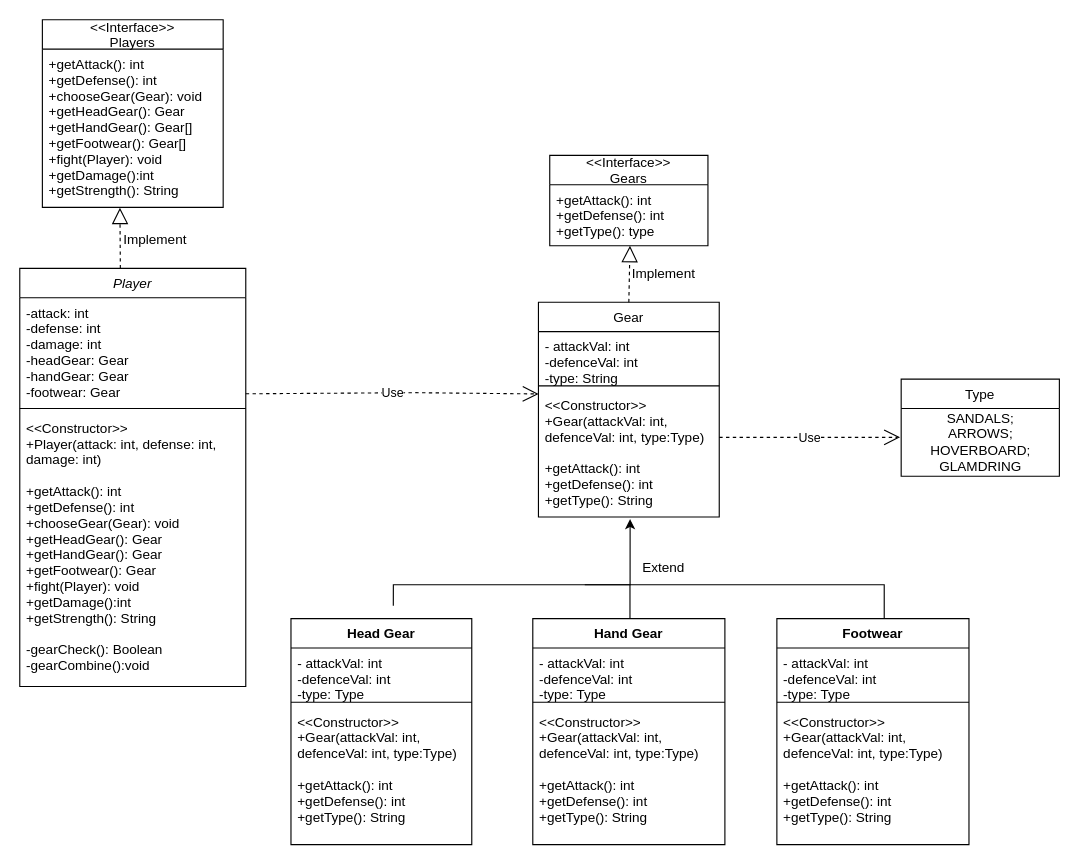
Above: Untitled Diagram.drawio in zj-yan/Luc (draw.io), before the change. Source tidied: cells renumbered, new cells numbered last; positions are measured from the earlier drawing's top-left corner, leaving out a move shared by most shapes. Both pictures are drawn from the tidied source at 113%, with x=0, y=0 at pixel (19, 19).
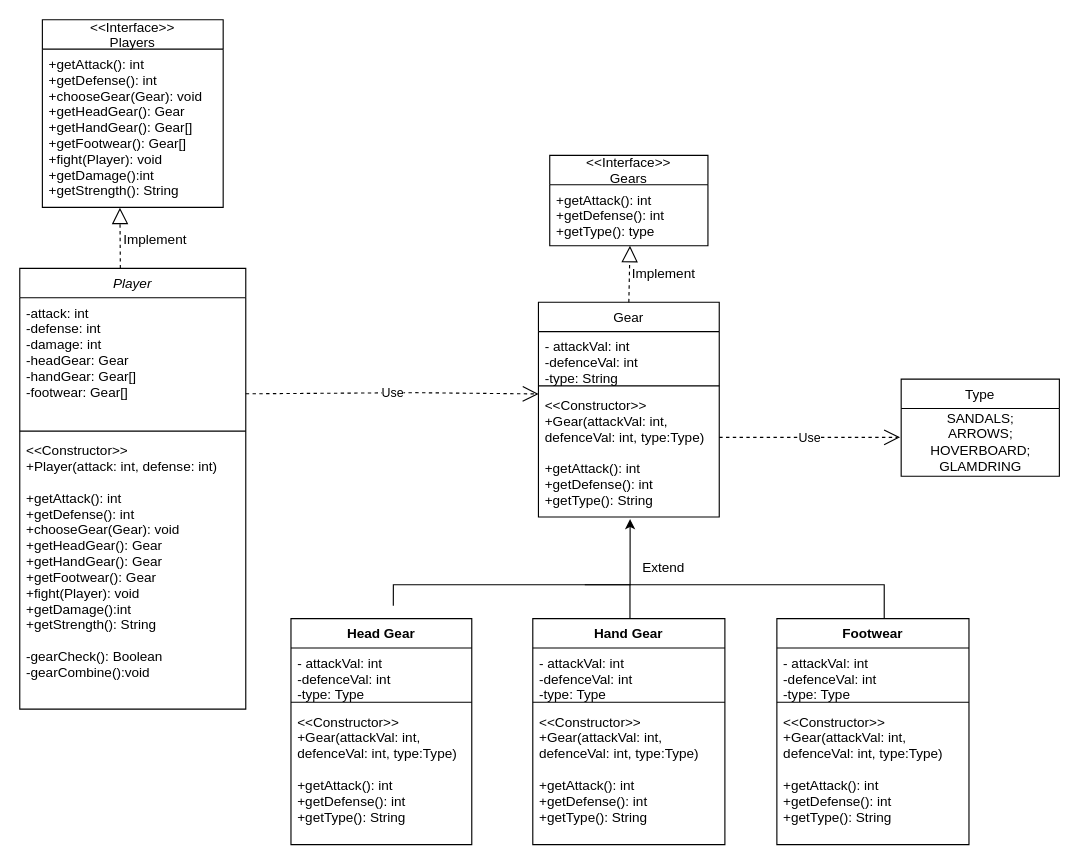
After the change.

Diff of the diagram source:
```diff
@@
     <mxCell id="2" value="Player" style="swimlane;fontStyle=2;align=center;verticalAlign=top;horizontal=1;startSize=26;rounded=0;shadow=0;strokeWidth=1;" parent="1" vertex="1">
-      <mxGeometry y="220" width="200" height="370" as="geometry" />
+      <mxGeometry y="220" width="200" height="390" as="geometry" />
     </mxCell>
-    <mxCell id="3" value="-attack: int&#10;-defense: int&#10;-damage: int&#10;-headGear: Gear&#10;-handGear: Gear&#10;-footwear: Gear&#10;" style="text;align=left;verticalAlign=top;spacingLeft=4;spacingRight=4;overflow=hidden;rounded=0;shadow=0;html=0;" parent="2" vertex="1">
-      <mxGeometry y="26" width="200" height="94" as="geometry" />
+    <mxCell id="3" value="-attack: int&#10;-defense: int&#10;-damage: int&#10;-headGear: Gear&#10;-handGear: Gear[]&#10;-footwear: Gear[]&#10;&#10;" style="text;align=left;verticalAlign=top;spacingLeft=4;spacingRight=4;overflow=hidden;rounded=0;shadow=0;html=0;" parent="2" vertex="1">
+      <mxGeometry y="26" width="200" height="114" as="geometry" />
     </mxCell>
     <mxCell id="4" style="line;html=1;strokeWidth=1;align=left;verticalAlign=middle;spacingTop=-1;spacingLeft=3;spacingRight=3;labelPosition=right;" parent="2" vertex="1">
-      <mxGeometry y="120" width="200" height="8" as="geometry" />
+      <mxGeometry y="140" width="200" height="8" as="geometry" />
     </mxCell>
-    <mxCell id="5" value="&lt;&lt;Constructor&gt;&gt;&#10;+Player(attack: int, defense: int,&#10;damage: int)&#10;&#10;+getAttack(): int&#10;+getDefense(): int&#10;+chooseGear(Gear): void&#10;+getHeadGear(): Gear&#10;+getHandGear(): Gear&#10;+getFootwear(): Gear&#10;+fight(Player): void&#10;+getDamage():int&#10;+getStrength(): String&#10;&#10;-gearCheck(): Boolean&#10;-gearCombine():void" style="text;align=left;verticalAlign=top;spacingLeft=4;spacingRight=4;overflow=hidden;rounded=0;shadow=0;html=0;" parent="2" vertex="1">
-      <mxGeometry y="128" width="200" height="242" as="geometry" />
+    <mxCell id="5" value="&lt;&lt;Constructor&gt;&gt;&#10;+Player(attack: int, defense: int)&#10;&#10;+getAttack(): int&#10;+getDefense(): int&#10;+chooseGear(Gear): void&#10;+getHeadGear(): Gear&#10;+getHandGear(): Gear&#10;+getFootwear(): Gear&#10;+fight(Player): void&#10;+getDamage():int&#10;+getStrength(): String&#10;&#10;-gearCheck(): Boolean&#10;-gearCombine():void" style="text;align=left;verticalAlign=top;spacingLeft=4;spacingRight=4;overflow=hidden;rounded=0;shadow=0;html=0;" parent="2" vertex="1">
+      <mxGeometry y="148" width="200" height="242" as="geometry" />
     </mxCell>
```
